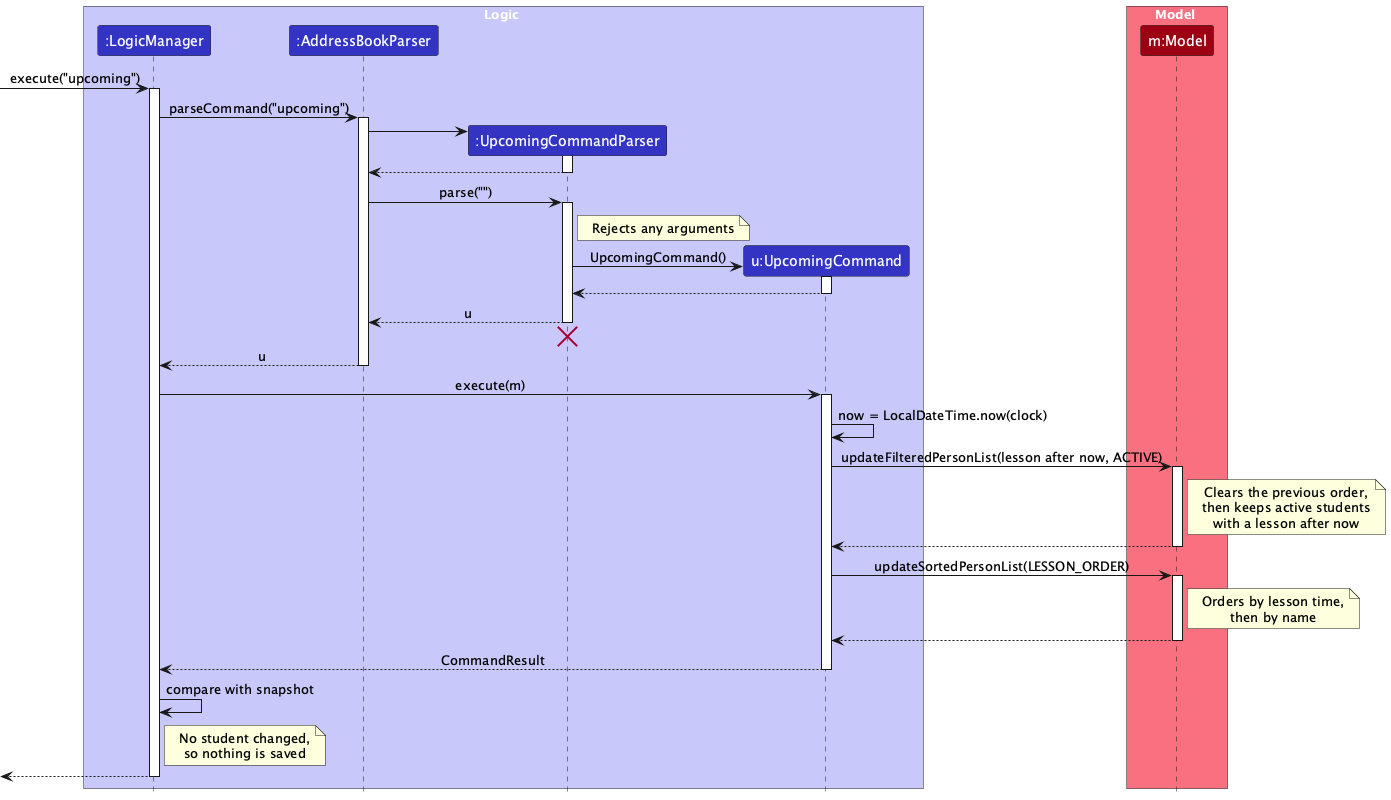
AY2627S1-CS2103T-W10-3/tp keeps this PlantUML diagram as docs/images/UpcomingSequenceDiagram.png. Above is the earlier version.
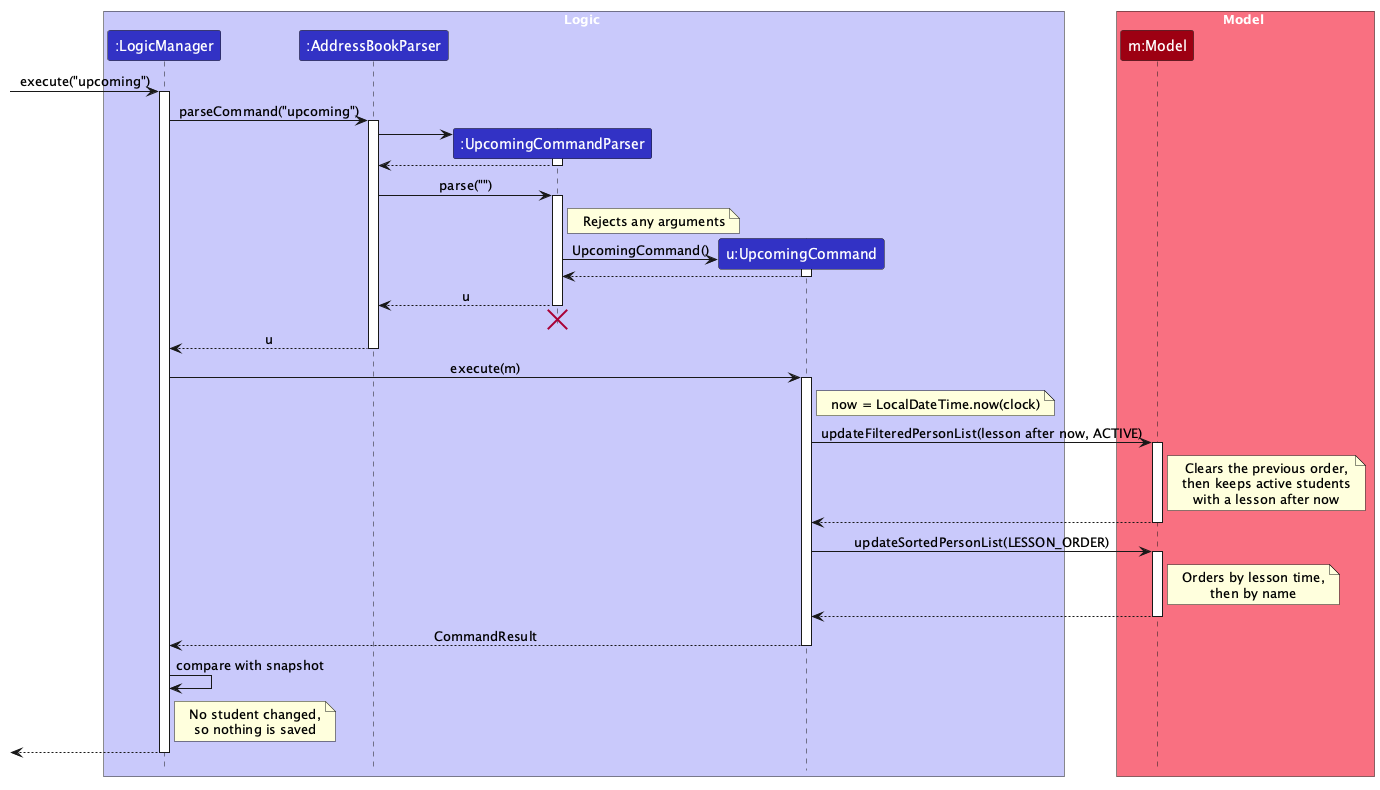
Above is the later version.

Commit message:
Correct the sequence diagrams

Change to the diagram source:
```diff
@@ -50,7 +50,9 @@
 LogicManager -> UpcomingCommand : execute(m)
 activate UpcomingCommand
 
-UpcomingCommand -> UpcomingCommand : now = LocalDateTime.now(clock)
+note right of UpcomingCommand
+now = LocalDateTime.now(clock)
+end note
 
 UpcomingCommand -> Model : updateFilteredPersonList(lesson after now, ACTIVE)
 activate Model
```
